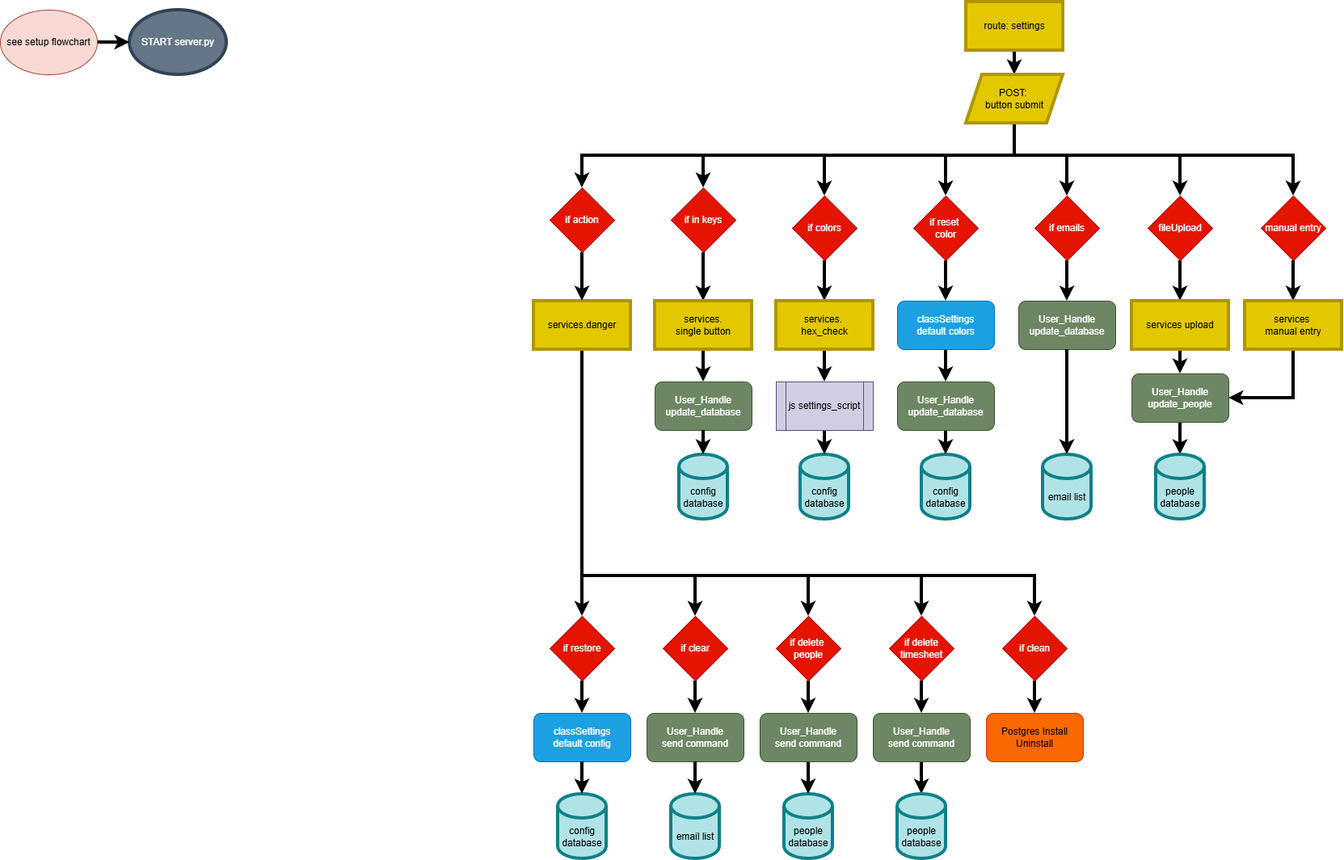
The draw.io diagram planning/server_flowchart.drawio.png in whitedragonstudios/Scanner, before a commit. Source tidied: cells renumbered, new cells last; positions are measured from the earlier drawing's top-left corner, leaving out a move shared by most shapes.
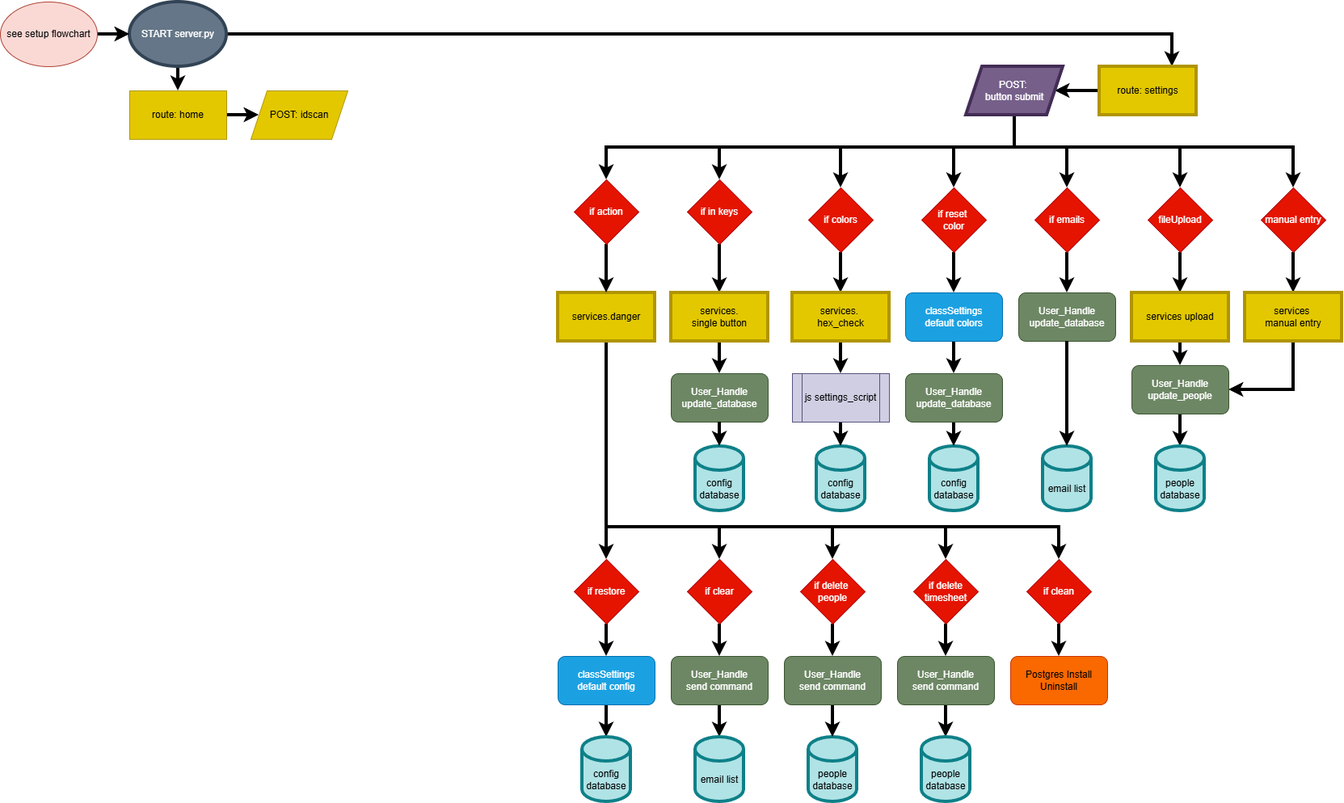
The same diagram one commit later.

Change to the diagram source:
```diff
@@ -4,2 +4,8 @@
     <mxCell id="1" parent="0" />
+    <mxCell id="84" style="edgeStyle=orthogonalEdgeStyle;rounded=0;jettySize=auto;html=1;entryX=0.75;entryY=0;entryDx=0;entryDy=0;strokeWidth=4;" parent="1" edge="1" source="2" target="4">
+      <mxGeometry relative="1" as="geometry" />
+    </mxCell>
+    <mxCell id="85" style="edgeStyle=orthogonalEdgeStyle;rounded=0;jettySize=auto;html=1;strokeWidth=4;" parent="1" edge="1" source="2" target="87">
+      <mxGeometry relative="1" as="geometry" />
+    </mxCell>
     <mxCell id="2" value="START server.py" style="ellipse;whiteSpace=wrap;html=1;strokeWidth=4;fillColor=#647687;fontColor=#ffffff;strokeColor=#314354;" parent="1" vertex="1">
@@ -11,6 +17,6 @@
     <mxCell id="4" value="route: settings" style="rounded=0;whiteSpace=wrap;html=1;strokeWidth=4;fillColor=#e3c800;fontColor=#000000;strokeColor=#B09500;" parent="1" vertex="1">
-      <mxGeometry x="1195" width="120" height="60" as="geometry" />
+      <mxGeometry x="1360" y="90" width="120" height="60" as="geometry" />
     </mxCell>
     <mxCell id="5" value="config database" style="shape=cylinder3;whiteSpace=wrap;html=1;boundedLbl=1;backgroundOutline=1;size=15;strokeWidth=4;fillColor=#b0e3e6;strokeColor=#0e8088;" parent="1" vertex="1">
-      <mxGeometry x="840" y="560" width="60" height="80" as="geometry" />
+      <mxGeometry x="860" y="560" width="60" height="80" as="geometry" />
     </mxCell>
@@ -22,3 +28,3 @@
     </mxCell>
-    <mxCell id="8" style="edgeStyle=orthogonalEdgeStyle;rounded=0;jettySize=auto;html=1;exitX=0.5;exitY=1;exitDx=0;exitDy=0;strokeWidth=4;" parent="1" edge="1" source="15" target="24">
+    <mxCell id="8" style="edgeStyle=orthogonalEdgeStyle;rounded=0;jettySize=auto;html=1;exitX=0.5;exitY=1;exitDx=0;exitDy=0;strokeWidth=4;entryX=0.5;entryY=0;entryDx=0;entryDy=0;" parent="1" edge="1" source="15" target="24">
       <mxGeometry relative="1" as="geometry">
@@ -26,3 +32,3 @@
           <mxPoint x="1255" y="190" />
-          <mxPoint x="720" y="190" />
+          <mxPoint x="750" y="190" />
         </Array>
@@ -34,3 +40,3 @@
           <mxPoint x="1255" y="190" />
-          <mxPoint x="870" y="190" />
+          <mxPoint x="890" y="190" />
         </Array>
@@ -38,3 +44,3 @@
     </mxCell>
-    <mxCell id="10" style="edgeStyle=orthogonalEdgeStyle;rounded=0;jettySize=auto;html=1;exitX=0.5;exitY=1;exitDx=0;exitDy=0;strokeWidth=4;" parent="1" edge="1" source="15" target="26">
+    <mxCell id="10" style="edgeStyle=orthogonalEdgeStyle;rounded=0;jettySize=auto;html=1;exitX=0.5;exitY=1;exitDx=0;exitDy=0;strokeWidth=4;entryX=0.5;entryY=0;entryDx=0;entryDy=0;" parent="1" edge="1" source="15" target="26">
       <mxGeometry relative="1" as="geometry">
@@ -42,3 +48,3 @@
           <mxPoint x="1255" y="190" />
-          <mxPoint x="1020" y="190" />
+          <mxPoint x="1040" y="190" />
         </Array>
@@ -74,3 +80,3 @@
           <mxPoint x="1255" y="190" />
-          <mxPoint x="1170" y="190" />
+          <mxPoint x="1180" y="190" />
         </Array>
@@ -78,3 +84,3 @@
     </mxCell>
-    <mxCell id="15" value="POST:&amp;nbsp;&lt;div&gt;button submit&lt;/div&gt;" style="shape=parallelogram;perimeter=parallelogramPerimeter;whiteSpace=wrap;html=1;fixedSize=1;fillColor=#e3c800;strokeColor=#B09500;fontColor=#000000;rounded=0;strokeWidth=4;" parent="1" vertex="1">
+    <mxCell id="15" value="POST:&amp;nbsp;&lt;div&gt;button submit&lt;/div&gt;" style="shape=parallelogram;perimeter=parallelogramPerimeter;whiteSpace=wrap;html=1;fixedSize=1;fillColor=#76608a;strokeColor=#432D57;fontColor=#ffffff;rounded=0;strokeWidth=4;" parent="1" vertex="1">
       <mxGeometry x="1195" y="90" width="120" height="60" as="geometry" />
@@ -87,4 +93,4 @@
         <Array as="points">
-          <mxPoint x="720" y="710" />
-          <mxPoint x="1000" y="710" />
+          <mxPoint x="750" y="660" />
+          <mxPoint x="1030" y="660" />
         </Array>
@@ -95,4 +101,4 @@
         <Array as="points">
-          <mxPoint x="720" y="710" />
-          <mxPoint x="1140" y="710" />
+          <mxPoint x="750" y="660" />
+          <mxPoint x="1170" y="660" />
         </Array>
@@ -103,4 +109,4 @@
         <Array as="points">
-          <mxPoint x="720" y="710" />
-          <mxPoint x="1280" y="710" />
+          <mxPoint x="750" y="660" />
+          <mxPoint x="1310" y="660" />
         </Array>
@@ -111,4 +117,4 @@
         <Array as="points">
-          <mxPoint x="720" y="710" />
-          <mxPoint x="860" y="710" />
+          <mxPoint x="750" y="660" />
+          <mxPoint x="890" y="660" />
         </Array>
@@ -117,3 +123,3 @@
     <mxCell id="21" value="services.danger" style="whiteSpace=wrap;html=1;fillColor=#e3c800;strokeColor=#B09500;fontColor=#000000;rounded=0;strokeWidth=4;" parent="1" vertex="1">
-      <mxGeometry x="660" y="370" width="120" height="60" as="geometry" />
+      <mxGeometry x="690" y="370" width="120" height="60" as="geometry" />
     </mxCell>
@@ -126,3 +132,3 @@
     <mxCell id="24" value="if action" style="rhombus;whiteSpace=wrap;html=1;fillColor=#e51400;fontColor=#ffffff;strokeColor=#B20000;" parent="1" vertex="1">
-      <mxGeometry x="680" y="230" width="80" height="80" as="geometry" />
+      <mxGeometry x="710" y="230" width="80" height="80" as="geometry" />
     </mxCell>
@@ -132,3 +138,3 @@
     <mxCell id="26" value="if colors" style="rhombus;whiteSpace=wrap;html=1;fillColor=#e51400;fontColor=#ffffff;strokeColor=#B20000;" parent="1" vertex="1">
-      <mxGeometry x="980" y="240" width="80" height="80" as="geometry" />
+      <mxGeometry x="1000" y="240" width="80" height="80" as="geometry" />
     </mxCell>
@@ -138,3 +144,3 @@
     <mxCell id="28" value="if reset&amp;nbsp;&lt;div&gt;color&lt;/div&gt;" style="rhombus;whiteSpace=wrap;html=1;fillColor=#e51400;fontColor=#ffffff;strokeColor=#B20000;" parent="1" vertex="1">
-      <mxGeometry x="1130" y="240" width="80" height="80" as="geometry" />
+      <mxGeometry x="1140" y="240" width="80" height="80" as="geometry" />
     </mxCell>
@@ -162,3 +168,3 @@
     <mxCell id="36" value="if in keys" style="rhombus;whiteSpace=wrap;html=1;fillColor=#e51400;fontColor=#ffffff;strokeColor=#B20000;" parent="1" vertex="1">
-      <mxGeometry x="830" y="230" width="80" height="80" as="geometry" />
+      <mxGeometry x="850" y="230" width="80" height="80" as="geometry" />
     </mxCell>
@@ -168,6 +174,6 @@
     <mxCell id="38" value="services.&lt;div&gt;single button&lt;/div&gt;" style="rounded=0;whiteSpace=wrap;html=1;fillColor=#e3c800;strokeColor=#B09500;fontColor=#000000;strokeWidth=4;" parent="1" vertex="1">
-      <mxGeometry x="810" y="370" width="120" height="60" as="geometry" />
+      <mxGeometry x="830" y="370" width="120" height="60" as="geometry" />
     </mxCell>
     <mxCell id="39" value="User_Handle&lt;div&gt;update_database&lt;/div&gt;" style="rounded=1;whiteSpace=wrap;html=1;fillColor=#6d8764;fontColor=#ffffff;strokeColor=#3A5431;" parent="1" vertex="1">
-      <mxGeometry x="810" y="470" width="120" height="60" as="geometry" />
+      <mxGeometry x="830" y="470" width="120" height="60" as="geometry" />
     </mxCell>
@@ -180,3 +186,3 @@
     <mxCell id="42" value="services.&amp;nbsp;&lt;div&gt;hex_check&lt;/div&gt;" style="rounded=0;whiteSpace=wrap;html=1;fillColor=#e3c800;fontColor=#000000;strokeColor=#B09500;strokeWidth=4;" parent="1" vertex="1">
-      <mxGeometry x="960" y="370" width="120" height="60" as="geometry" />
+      <mxGeometry x="980" y="370" width="120" height="60" as="geometry" />
     </mxCell>
@@ -186,3 +192,3 @@
     <mxCell id="44" value="classSettings&lt;div&gt;default colors&lt;/div&gt;" style="rounded=1;whiteSpace=wrap;html=1;fillColor=#1ba1e2;fontColor=#ffffff;strokeColor=#006EAF;" parent="1" vertex="1">
-      <mxGeometry x="1110" y="370" width="120" height="60" as="geometry" />
+      <mxGeometry x="1120" y="370" width="120" height="60" as="geometry" />
     </mxCell>
@@ -223,6 +229,6 @@
     <mxCell id="55" value="config database" style="shape=cylinder3;whiteSpace=wrap;html=1;boundedLbl=1;backgroundOutline=1;size=15;strokeWidth=4;fillColor=#b0e3e6;strokeColor=#0e8088;" parent="1" vertex="1">
-      <mxGeometry x="1140" y="560" width="60" height="80" as="geometry" />
+      <mxGeometry x="1150" y="560" width="60" height="80" as="geometry" />
     </mxCell>
     <mxCell id="56" value="config database" style="shape=cylinder3;whiteSpace=wrap;html=1;boundedLbl=1;backgroundOutline=1;size=15;strokeWidth=4;fillColor=#b0e3e6;strokeColor=#0e8088;" parent="1" vertex="1">
-      <mxGeometry x="990" y="560" width="60" height="80" as="geometry" />
+      <mxGeometry x="1010" y="560" width="60" height="80" as="geometry" />
     </mxCell>
@@ -232,3 +238,3 @@
     <mxCell id="58" value="if restore" style="rhombus;whiteSpace=wrap;html=1;fillColor=#e51400;fontColor=#ffffff;strokeColor=#B20000;" parent="1" vertex="1">
-      <mxGeometry x="680" y="760" width="80" height="80" as="geometry" />
+      <mxGeometry x="710" y="700" width="80" height="80" as="geometry" />
     </mxCell>
@@ -238,3 +244,3 @@
     <mxCell id="60" value="if clear" style="rhombus;whiteSpace=wrap;html=1;fillColor=#e51400;fontColor=#ffffff;strokeColor=#B20000;" parent="1" vertex="1">
-      <mxGeometry x="820" y="760" width="80" height="80" as="geometry" />
+      <mxGeometry x="850" y="700" width="80" height="80" as="geometry" />
     </mxCell>
@@ -244,3 +250,3 @@
     <mxCell id="62" value="if delete&amp;nbsp;&lt;div&gt;people&lt;/div&gt;" style="rhombus;whiteSpace=wrap;html=1;fillColor=#e51400;fontColor=#ffffff;strokeColor=#B20000;" parent="1" vertex="1">
-      <mxGeometry x="960" y="760" width="80" height="80" as="geometry" />
+      <mxGeometry x="990" y="700" width="80" height="80" as="geometry" />
     </mxCell>
@@ -250,3 +256,3 @@
     <mxCell id="64" value="if delete timesheet" style="rhombus;whiteSpace=wrap;html=1;fillColor=#e51400;fontColor=#ffffff;strokeColor=#B20000;" parent="1" vertex="1">
-      <mxGeometry x="1100" y="760" width="80" height="80" as="geometry" />
+      <mxGeometry x="1130" y="700" width="80" height="80" as="geometry" />
     </mxCell>
@@ -256,24 +262,24 @@
     <mxCell id="66" value="if clean" style="rhombus;whiteSpace=wrap;html=1;fillColor=#e51400;fontColor=#ffffff;strokeColor=#B20000;" parent="1" vertex="1">
-      <mxGeometry x="1240" y="760" width="80" height="80" as="geometry" />
+      <mxGeometry x="1270" y="700" width="80" height="80" as="geometry" />
     </mxCell>
+    <mxCell id="69" style="edgeStyle=orthogonalEdgeStyle;rounded=0;jettySize=auto;html=1;strokeWidth=4;" parent="1" edge="1" source="67" target="68">
+      <mxGeometry relative="1" as="geometry" />
+    </mxCell>
     <mxCell id="67" value="classSettings&lt;div&gt;default config&lt;/div&gt;" style="rounded=1;whiteSpace=wrap;html=1;fillColor=#1ba1e2;fontColor=#ffffff;strokeColor=#006EAF;" parent="1" vertex="1">
-      <mxGeometry x="660" y="880" width="120" height="60" as="geometry" />
+      <mxGeometry x="690" y="820" width="120" height="60" as="geometry" />
     </mxCell>
     <mxCell id="68" value="config database" style="shape=cylinder3;whiteSpace=wrap;html=1;boundedLbl=1;backgroundOutline=1;size=15;strokeWidth=4;fillColor=#b0e3e6;strokeColor=#0e8088;" parent="1" vertex="1">
-      <mxGeometry x="690" y="980" width="60" height="80" as="geometry" />
+      <mxGeometry x="720" y="920" width="60" height="80" as="geometry" />
     </mxCell>
-    <mxCell id="69" style="edgeStyle=orthogonalEdgeStyle;rounded=0;jettySize=auto;html=1;entryX=0.5;entryY=0;entryDx=0;entryDy=0;entryPerimeter=0;strokeWidth=4;" parent="1" edge="1" source="67" target="68">
-      <mxGeometry relative="1" as="geometry" />
-    </mxCell>
+    <mxCell id="72" style="edgeStyle=orthogonalEdgeStyle;rounded=0;jettySize=auto;html=1;strokeWidth=4;" parent="1" edge="1" source="70" target="71">
+      <mxGeometry relative="1" as="geometry" />
+    </mxCell>
     <mxCell id="70" value="User_Handle&lt;div&gt;send command&lt;/div&gt;" style="rounded=1;whiteSpace=wrap;html=1;fillColor=#6d8764;fontColor=#ffffff;strokeColor=#3A5431;" parent="1" vertex="1">
-      <mxGeometry x="800" y="880" width="120" height="60" as="geometry" />
+      <mxGeometry x="830" y="820" width="120" height="60" as="geometry" />
     </mxCell>
     <mxCell id="71" value="email list" style="shape=cylinder3;whiteSpace=wrap;html=1;boundedLbl=1;backgroundOutline=1;size=15;strokeWidth=4;fillColor=#b0e3e6;strokeColor=#0e8088;" parent="1" vertex="1">
-      <mxGeometry x="830" y="980" width="60" height="80" as="geometry" />
+      <mxGeometry x="860" y="920" width="60" height="80" as="geometry" />
     </mxCell>
-    <mxCell id="72" style="edgeStyle=orthogonalEdgeStyle;rounded=0;jettySize=auto;html=1;entryX=0.5;entryY=0;entryDx=0;entryDy=0;entryPerimeter=0;strokeWidth=4;" parent="1" edge="1" source="70" target="71">
-      <mxGeometry relative="1" as="geometry" />
-    </mxCell>
     <mxCell id="73" value="people database" style="shape=cylinder3;whiteSpace=wrap;html=1;boundedLbl=1;backgroundOutline=1;size=15;strokeWidth=4;fillColor=#b0e3e6;strokeColor=#0e8088;" parent="1" vertex="1">
-      <mxGeometry x="970" y="980" width="60" height="80" as="geometry" />
+      <mxGeometry x="1000" y="920" width="60" height="80" as="geometry" />
     </mxCell>
@@ -283,3 +289,3 @@
     <mxCell id="75" value="User_Handle&lt;div&gt;send command&lt;/div&gt;" style="rounded=1;whiteSpace=wrap;html=1;fillColor=#6d8764;fontColor=#ffffff;strokeColor=#3A5431;" parent="1" vertex="1">
-      <mxGeometry x="940" y="880" width="120" height="60" as="geometry" />
+      <mxGeometry x="970" y="820" width="120" height="60" as="geometry" />
     </mxCell>
@@ -289,9 +295,9 @@
     <mxCell id="77" value="User_Handle&lt;div&gt;send command&lt;/div&gt;" style="rounded=1;whiteSpace=wrap;html=1;fillColor=#6d8764;fontColor=#ffffff;strokeColor=#3A5431;" parent="1" vertex="1">
-      <mxGeometry x="1080" y="880" width="120" height="60" as="geometry" />
+      <mxGeometry x="1110" y="820" width="120" height="60" as="geometry" />
     </mxCell>
     <mxCell id="78" value="people database" style="shape=cylinder3;whiteSpace=wrap;html=1;boundedLbl=1;backgroundOutline=1;size=15;strokeWidth=4;fillColor=#b0e3e6;strokeColor=#0e8088;" parent="1" vertex="1">
-      <mxGeometry x="1110" y="980" width="60" height="80" as="geometry" />
+      <mxGeometry x="1140" y="920" width="60" height="80" as="geometry" />
     </mxCell>
     <mxCell id="79" value="Postgres Install Uninstall" style="rounded=1;whiteSpace=wrap;html=1;fillColor=#fa6800;fontColor=#000000;strokeColor=#C73500;" parent="1" vertex="1">
-      <mxGeometry x="1220" y="880" width="120" height="60" as="geometry" />
+      <mxGeometry x="1250" y="820" width="120" height="60" as="geometry" />
     </mxCell>
@@ -301,3 +307,3 @@
     <mxCell id="81" value="User_Handle&lt;div&gt;update_database&lt;/div&gt;" style="rounded=1;whiteSpace=wrap;html=1;fillColor=#6d8764;fontColor=#ffffff;strokeColor=#3A5431;" parent="1" vertex="1">
-      <mxGeometry x="1110" y="470" width="120" height="60" as="geometry" />
+      <mxGeometry x="1120" y="470" width="120" height="60" as="geometry" />
     </mxCell>
@@ -307,4 +313,13 @@
     <mxCell id="83" value="js settings_script" style="shape=process;whiteSpace=wrap;html=1;backgroundOutline=1;fillColor=#d0cee2;strokeColor=#56517e;" parent="1" vertex="1">
-      <mxGeometry x="960" y="470" width="120" height="60" as="geometry" />
+      <mxGeometry x="980" y="470" width="120" height="60" as="geometry" />
     </mxCell>
+    <mxCell id="86" style="edgeStyle=orthogonalEdgeStyle;rounded=0;jettySize=auto;html=1;strokeWidth=4;" parent="1" edge="1" source="87" target="88">
+      <mxGeometry relative="1" as="geometry" />
+    </mxCell>
+    <mxCell id="87" value="route: home" style="rounded=0;whiteSpace=wrap;html=1;fillColor=#e3c800;fontColor=#000000;strokeColor=#B09500;" parent="1" vertex="1">
+      <mxGeometry x="160" y="120" width="120" height="60" as="geometry" />
+    </mxCell>
+    <mxCell id="88" value="POST: idscan" style="shape=parallelogram;perimeter=parallelogramPerimeter;whiteSpace=wrap;html=1;fixedSize=1;fillColor=#e3c800;fontColor=#000000;strokeColor=#B09500;" parent="1" vertex="1">
+      <mxGeometry x="310" y="120" width="120" height="60" as="geometry" />
+    </mxCell>
   </root>
```
